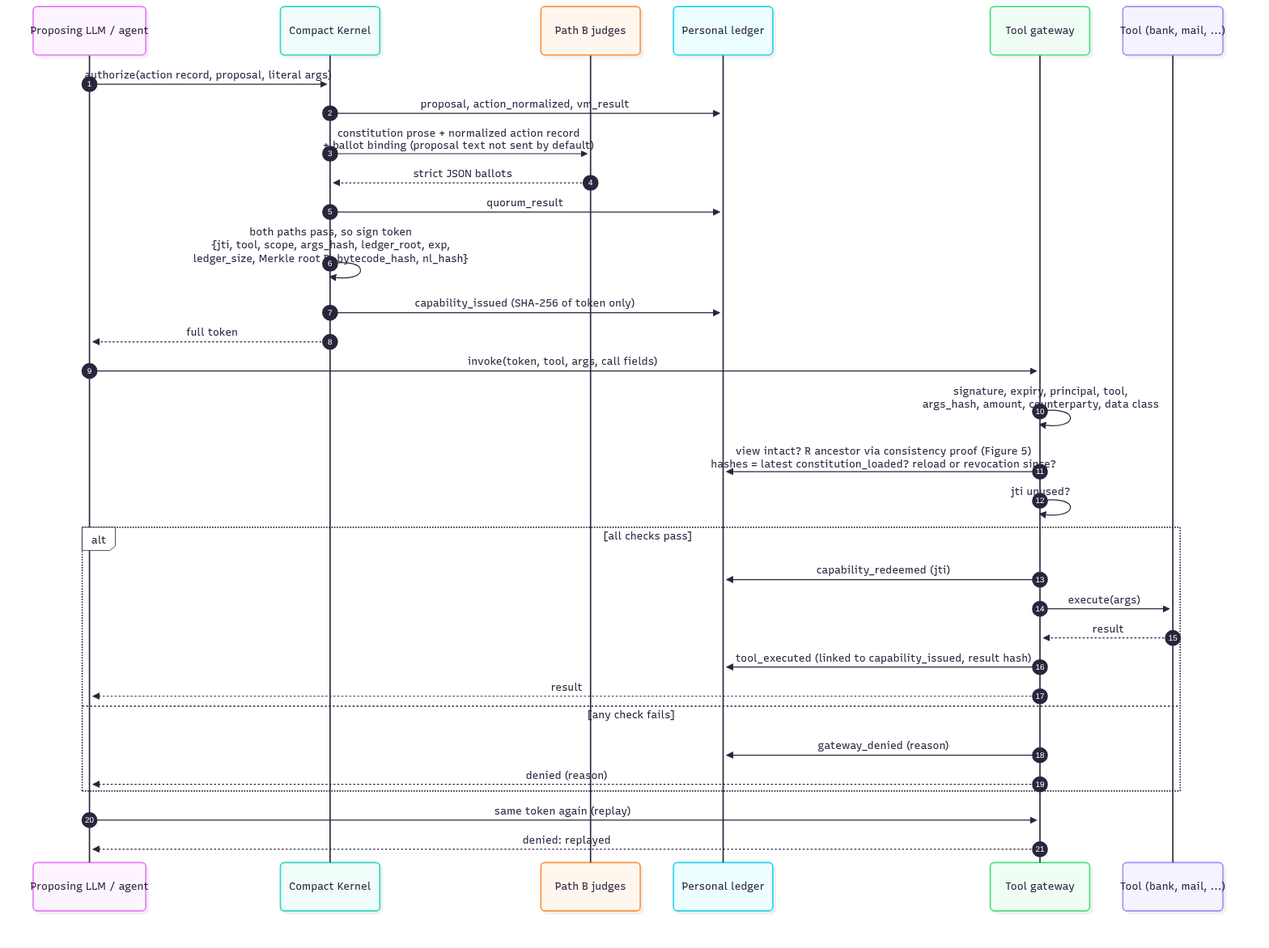
Insomniac-VibeLabs/two-key keeps this Mermaid diagram as docs/figures/token_gateway_sequence.png. Above is the earlier version. Its source is kept beside it as docs/figures/token_gateway_sequence.mmd.
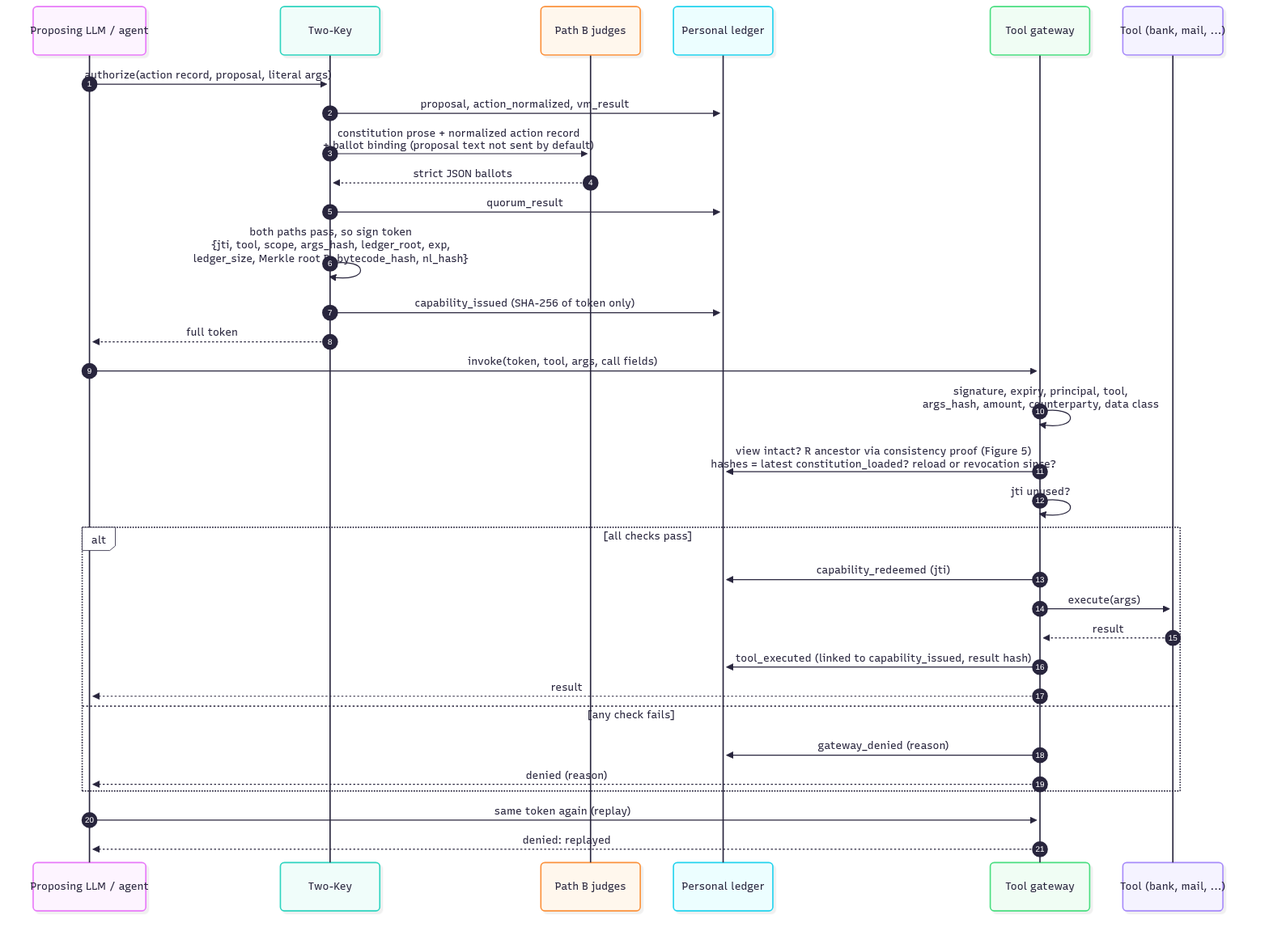
The same file after the commit.

Change to the diagram source:
```diff
@@ -1,7 +1,7 @@
 sequenceDiagram
   autonumber
   participant M as Proposing LLM / agent
-  participant K as Compact Kernel
+  participant K as Two-Key
   participant J as Path B judges
   participant L as Personal ledger
   participant G as Tool gateway
```
